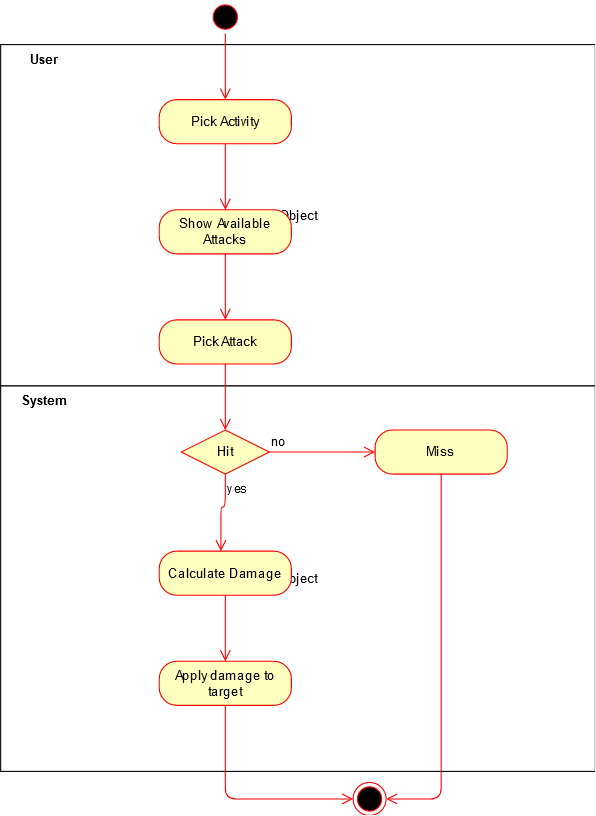
Above: PlayerAttack.png in LittleBeasts/documentation (draw.io), before the change. Source tidied: cells renumbered, new cells last; positions are measured from the earlier drawing's top-left corner, leaving out a move shared by most shapes. Its diagram source:
```xml
<mxGraphModel>
  <root>
    <mxCell id="0" />
    <mxCell id="1" parent="0" />
    <mxCell id="2" value="Object" style="html=1;" parent="1" vertex="1">
      <mxGeometry y="40" width="540" height="310" as="geometry" />
    </mxCell>
    <mxCell id="3" value="Object" style="html=1;" parent="1" vertex="1">
      <mxGeometry y="350" width="540" height="350" as="geometry" />
    </mxCell>
    <mxCell id="4" style="ellipse;html=1;shape=startState;fillColor=#000000;strokeColor=#ff0000;" parent="1" vertex="1">
      <mxGeometry x="189" width="30" height="30" as="geometry" />
    </mxCell>
    <mxCell id="5" style="edgeStyle=orthogonalEdgeStyle;html=1;verticalAlign=bottom;endArrow=open;endSize=8;strokeColor=#ff0000;" parent="1" edge="1" source="4">
      <mxGeometry relative="1" as="geometry">
        <mxPoint x="204" y="90" as="targetPoint" />
      </mxGeometry>
    </mxCell>
    <mxCell id="6" value="Pick Activity" style="rounded=1;whiteSpace=wrap;html=1;arcSize=40;fontColor=#000000;fillColor=#ffffc0;strokeColor=#ff0000;" parent="1" vertex="1">
      <mxGeometry x="144" y="90" width="120" height="40" as="geometry" />
    </mxCell>
    <mxCell id="7" style="edgeStyle=orthogonalEdgeStyle;html=1;verticalAlign=bottom;endArrow=open;endSize=8;strokeColor=#ff0000;" parent="1" edge="1" source="6">
      <mxGeometry relative="1" as="geometry">
        <mxPoint x="204" y="190" as="targetPoint" />
      </mxGeometry>
    </mxCell>
    <mxCell id="8" value="Show Available Attacks" style="rounded=1;whiteSpace=wrap;html=1;arcSize=40;fontColor=#000000;fillColor=#ffffc0;strokeColor=#ff0000;" parent="1" vertex="1">
      <mxGeometry x="144" y="190" width="120" height="40" as="geometry" />
    </mxCell>
    <mxCell id="9" style="edgeStyle=orthogonalEdgeStyle;html=1;verticalAlign=bottom;endArrow=open;endSize=8;strokeColor=#ff0000;" parent="1" edge="1" source="8">
      <mxGeometry relative="1" as="geometry">
        <mxPoint x="204" y="290" as="targetPoint" />
      </mxGeometry>
    </mxCell>
    <mxCell id="10" value="Pick Attack" style="rounded=1;whiteSpace=wrap;html=1;arcSize=40;fontColor=#000000;fillColor=#ffffc0;strokeColor=#ff0000;" parent="1" vertex="1">
      <mxGeometry x="144" y="290" width="120" height="40" as="geometry" />
    </mxCell>
    <mxCell id="11" style="edgeStyle=orthogonalEdgeStyle;html=1;verticalAlign=bottom;endArrow=open;endSize=8;strokeColor=#ff0000;" parent="1" edge="1" source="10">
      <mxGeometry relative="1" as="geometry">
        <mxPoint x="204" y="390" as="targetPoint" />
      </mxGeometry>
    </mxCell>
    <mxCell id="12" value="Hit" style="rhombus;whiteSpace=wrap;html=1;fillColor=#ffffc0;strokeColor=#ff0000;" parent="1" vertex="1">
      <mxGeometry x="164" y="390" width="80" height="40" as="geometry" />
    </mxCell>
    <mxCell id="13" value="no" style="edgeStyle=orthogonalEdgeStyle;html=1;align=left;verticalAlign=bottom;endArrow=open;endSize=8;strokeColor=#ff0000;" parent="1" edge="1" source="12">
      <mxGeometry x="-1" relative="1" as="geometry">
        <mxPoint x="340" y="410" as="targetPoint" />
      </mxGeometry>
    </mxCell>
    <mxCell id="14" value="yes" style="edgeStyle=orthogonalEdgeStyle;html=1;align=left;verticalAlign=top;endArrow=open;endSize=8;strokeColor=#ff0000;" parent="1" edge="1" source="12">
      <mxGeometry x="-1" relative="1" as="geometry">
        <mxPoint x="200" y="500" as="targetPoint" />
        <Array as="points">
          <mxPoint x="204" y="460" />
          <mxPoint x="200" y="460" />
        </Array>
      </mxGeometry>
    </mxCell>
    <mxCell id="15" value="Miss" style="rounded=1;whiteSpace=wrap;html=1;arcSize=40;fontColor=#000000;fillColor=#ffffc0;strokeColor=#ff0000;" parent="1" vertex="1">
      <mxGeometry x="340" y="390" width="120" height="40" as="geometry" />
    </mxCell>
    <mxCell id="16" style="edgeStyle=orthogonalEdgeStyle;html=1;verticalAlign=bottom;endArrow=open;endSize=8;strokeColor=#ff0000;entryX=1;entryY=0.5;entryDx=0;entryDy=0;" parent="1" edge="1" source="15" target="17">
      <mxGeometry relative="1" as="geometry" />
    </mxCell>
    <mxCell id="17" style="ellipse;html=1;shape=endState;fillColor=#000000;strokeColor=#ff0000;" parent="1" vertex="1">
      <mxGeometry x="320" y="710" width="30" height="30" as="geometry" />
    </mxCell>
    <mxCell id="18" value="Calculate Damage" style="rounded=1;whiteSpace=wrap;html=1;arcSize=40;fontColor=#000000;fillColor=#ffffc0;strokeColor=#ff0000;" parent="1" vertex="1">
      <mxGeometry x="144" y="500" width="120" height="40" as="geometry" />
    </mxCell>
    <mxCell id="19" style="edgeStyle=orthogonalEdgeStyle;html=1;verticalAlign=bottom;endArrow=open;endSize=8;strokeColor=#ff0000;" parent="1" edge="1" source="18">
      <mxGeometry relative="1" as="geometry">
        <mxPoint x="204" y="600" as="targetPoint" />
      </mxGeometry>
    </mxCell>
    <mxCell id="20" value="Apply damage to target" style="rounded=1;whiteSpace=wrap;html=1;arcSize=40;fontColor=#000000;fillColor=#ffffc0;strokeColor=#ff0000;" parent="1" vertex="1">
      <mxGeometry x="144" y="600" width="120" height="40" as="geometry" />
    </mxCell>
    <mxCell id="21" style="edgeStyle=orthogonalEdgeStyle;html=1;verticalAlign=bottom;endArrow=open;endSize=8;strokeColor=#ff0000;entryX=0;entryY=0.5;entryDx=0;entryDy=0;exitX=0.5;exitY=1;exitDx=0;exitDy=0;" parent="1" edge="1" source="20" target="17">
      <mxGeometry relative="1" as="geometry" />
    </mxCell>
    <mxCell id="22" value="User" style="text;align=center;fontStyle=1;verticalAlign=middle;spacingLeft=3;spacingRight=3;strokeColor=none;" parent="1" vertex="1">
      <mxGeometry y="40" width="80" height="26" as="geometry" />
    </mxCell>
    <mxCell id="23" value="System" style="text;align=center;fontStyle=1;verticalAlign=middle;spacingLeft=3;spacingRight=3;strokeColor=none;" parent="1" vertex="1">
      <mxGeometry y="350" width="80" height="26" as="geometry" />
    </mxCell>
  </root>
</mxGraphModel>
```
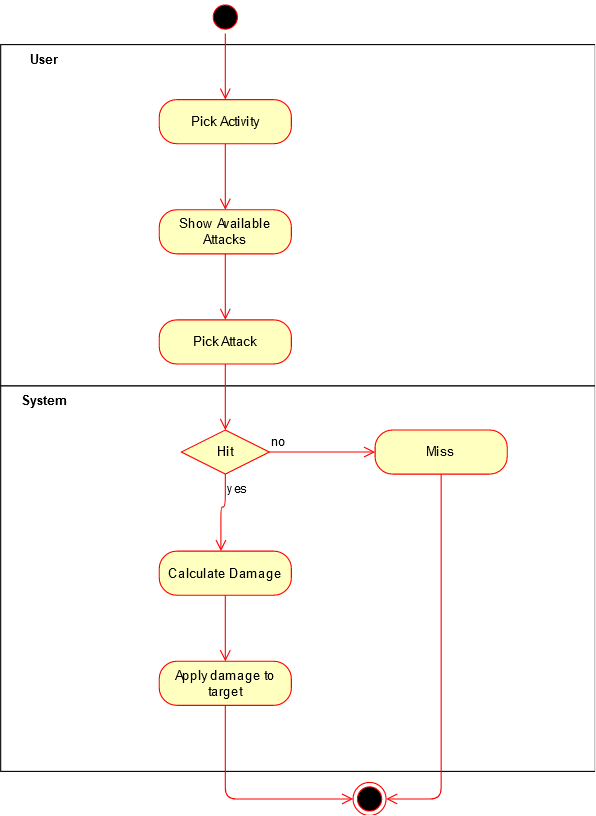
After the change.

Diff of the diagram source:
```diff
@@ -2,10 +2,10 @@
   <root>
     <mxCell id="0" />
     <mxCell id="1" parent="0" />
-    <mxCell id="2" value="Object" style="html=1;" parent="1" vertex="1">
+    <mxCell id="2" style="html=1;" parent="1" vertex="1">
       <mxGeometry y="40" width="540" height="310" as="geometry" />
     </mxCell>
-    <mxCell id="3" value="Object" style="html=1;" parent="1" vertex="1">
+    <mxCell id="3" style="html=1;" parent="1" vertex="1">
       <mxGeometry y="350" width="540" height="350" as="geometry" />
     </mxCell>
     <mxCell id="4" style="ellipse;html=1;shape=startState;fillColor=#000000;strokeColor=#ff0000;" parent="1" vertex="1">
```
